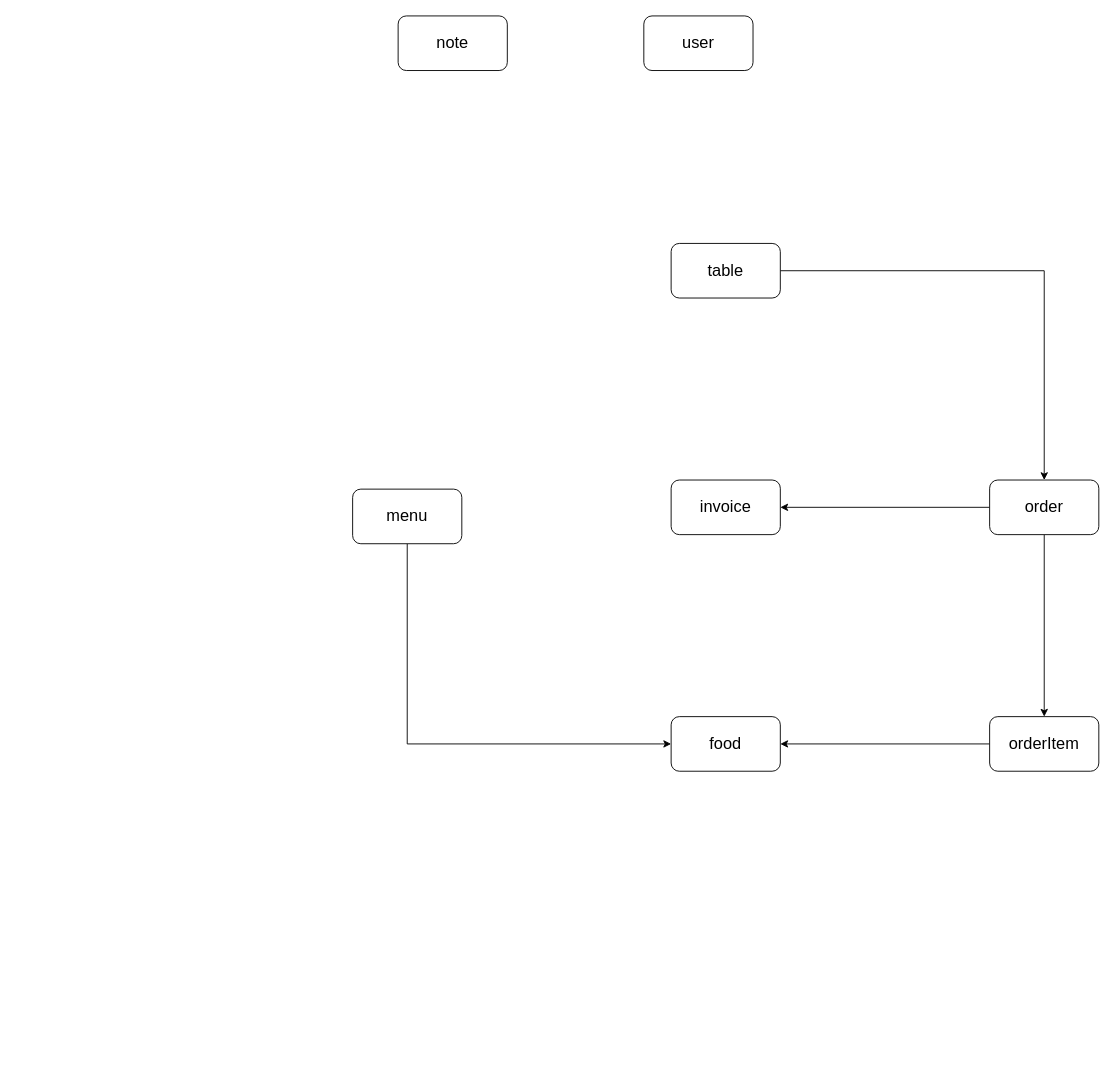
Before: Untitled Diagram.drawio in Golang-programming/restaurant-automation-server, a draw.io diagram. Source tidied: cells renumbered, new cells numbered last; positions are measured from the earlier drawing's top-left corner, leaving out a move shared by most shapes. Both pictures are drawn from the tidied source at 91%, with x=0, y=0 at pixel (352, 15).
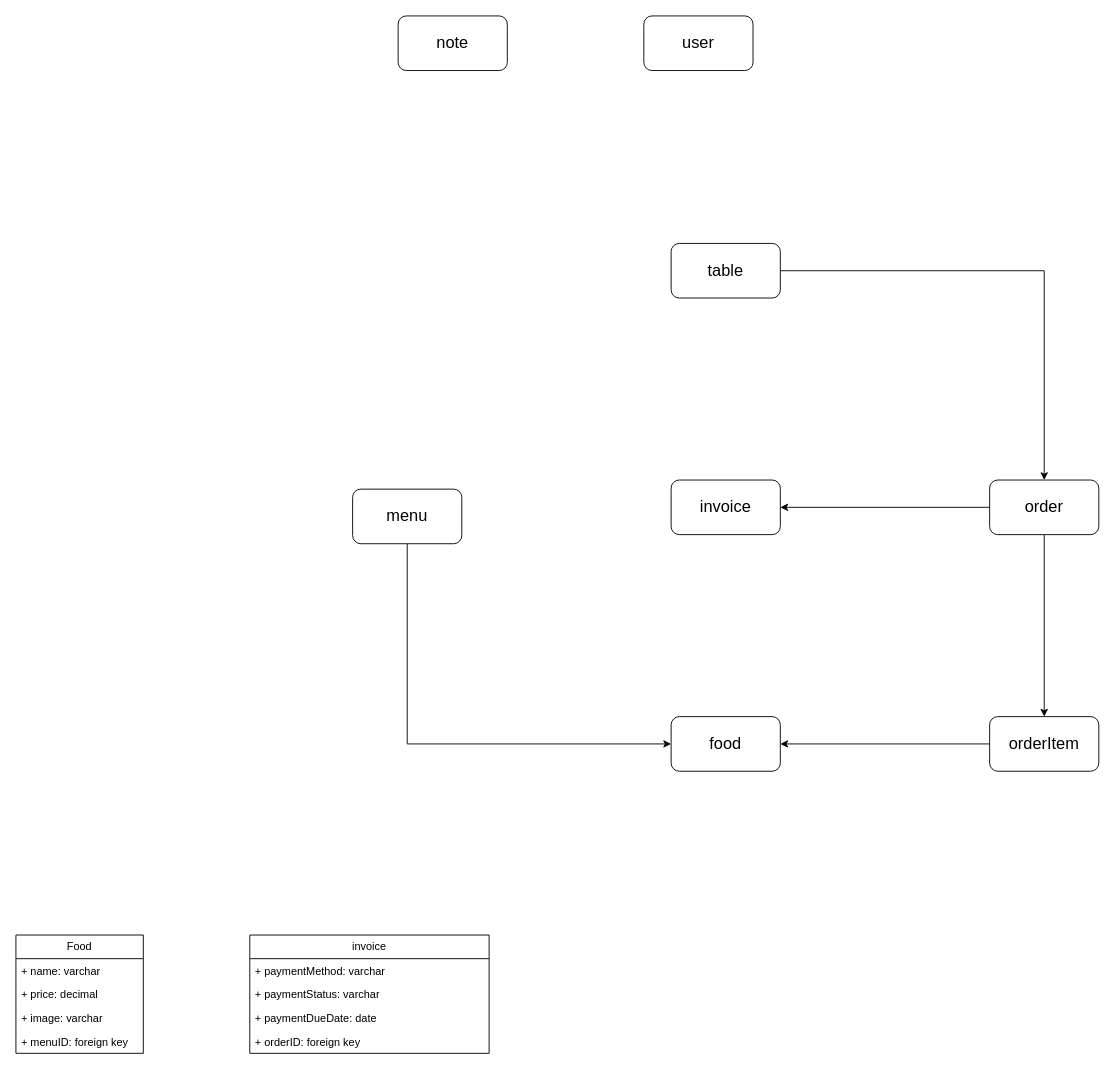
After the change.

The edit, as a diff of the source:
```diff
@@
+    <mxCell id="15" value="Food" style="swimlane;fontStyle=0;horizontal=1;startSize=26;fillColor=none;whiteSpace=wrap;html=1;" parent="1" vertex="1">
+      <mxGeometry x="-370" y="1010" width="140" height="130" as="geometry" />
+    </mxCell>
+    <mxCell id="16" value="+ name: varchar&lt;span style=&quot;white-space: pre;&quot;&gt;&#9;&lt;/span&gt;" style="text;strokeColor=none;fillColor=none;align=left;verticalAlign=top;spacingLeft=4;spacingRight=4;overflow=hidden;whiteSpace=wrap;html=1;" parent="15" vertex="1">
+      <mxGeometry y="26" width="140" height="26" as="geometry" />
+    </mxCell>
+    <mxCell id="17" value="+ price: decimal" style="text;strokeColor=none;fillColor=none;align=left;verticalAlign=top;spacingLeft=4;spacingRight=4;overflow=hidden;whiteSpace=wrap;html=1;" parent="15" vertex="1">
+      <mxGeometry y="52" width="140" height="26" as="geometry" />
+    </mxCell>
+    <mxCell id="18" value="+ image: varchar" style="text;strokeColor=none;fillColor=none;align=left;verticalAlign=top;spacingLeft=4;spacingRight=4;overflow=hidden;whiteSpace=wrap;html=1;" parent="15" vertex="1">
+      <mxGeometry y="78" width="140" height="26" as="geometry" />
+    </mxCell>
+    <mxCell id="19" value="+ menuID: foreign key" style="text;strokeColor=none;fillColor=none;align=left;verticalAlign=top;spacingLeft=4;spacingRight=4;overflow=hidden;whiteSpace=wrap;html=1;" parent="15" vertex="1">
+      <mxGeometry y="104" width="140" height="26" as="geometry" />
+    </mxCell>
+    <mxCell id="20" value="invoice" style="swimlane;fontStyle=0;horizontal=1;startSize=26;fillColor=none;whiteSpace=wrap;html=1;" parent="1" vertex="1">
+      <mxGeometry x="-113" y="1010" width="263" height="130" as="geometry" />
+    </mxCell>
+    <mxCell id="21" value="+ paymentMethod: varchar&lt;span style=&quot;white-space: pre;&quot;&gt;&#9;&lt;/span&gt;" style="text;strokeColor=none;fillColor=none;align=left;verticalAlign=top;spacingLeft=4;spacingRight=4;overflow=hidden;whiteSpace=wrap;html=1;" parent="20" vertex="1">
+      <mxGeometry y="26" width="263" height="26" as="geometry" />
+    </mxCell>
+    <mxCell id="22" value="+ paymentStatus: varchar" style="text;strokeColor=none;fillColor=none;align=left;verticalAlign=top;spacingLeft=4;spacingRight=4;overflow=hidden;whiteSpace=wrap;html=1;" parent="20" vertex="1">
+      <mxGeometry y="52" width="263" height="26" as="geometry" />
+    </mxCell>
+    <mxCell id="23" value="+ paymentDueDate: date" style="text;strokeColor=none;fillColor=none;align=left;verticalAlign=top;spacingLeft=4;spacingRight=4;overflow=hidden;whiteSpace=wrap;html=1;" parent="20" vertex="1">
+      <mxGeometry y="78" width="263" height="26" as="geometry" />
+    </mxCell>
+    <mxCell id="24" value="+ orderID: foreign key" style="text;strokeColor=none;fillColor=none;align=left;verticalAlign=top;spacingLeft=4;spacingRight=4;overflow=hidden;whiteSpace=wrap;html=1;" parent="20" vertex="1">
+      <mxGeometry y="104" width="263" height="26" as="geometry" />
+    </mxCell>
```
